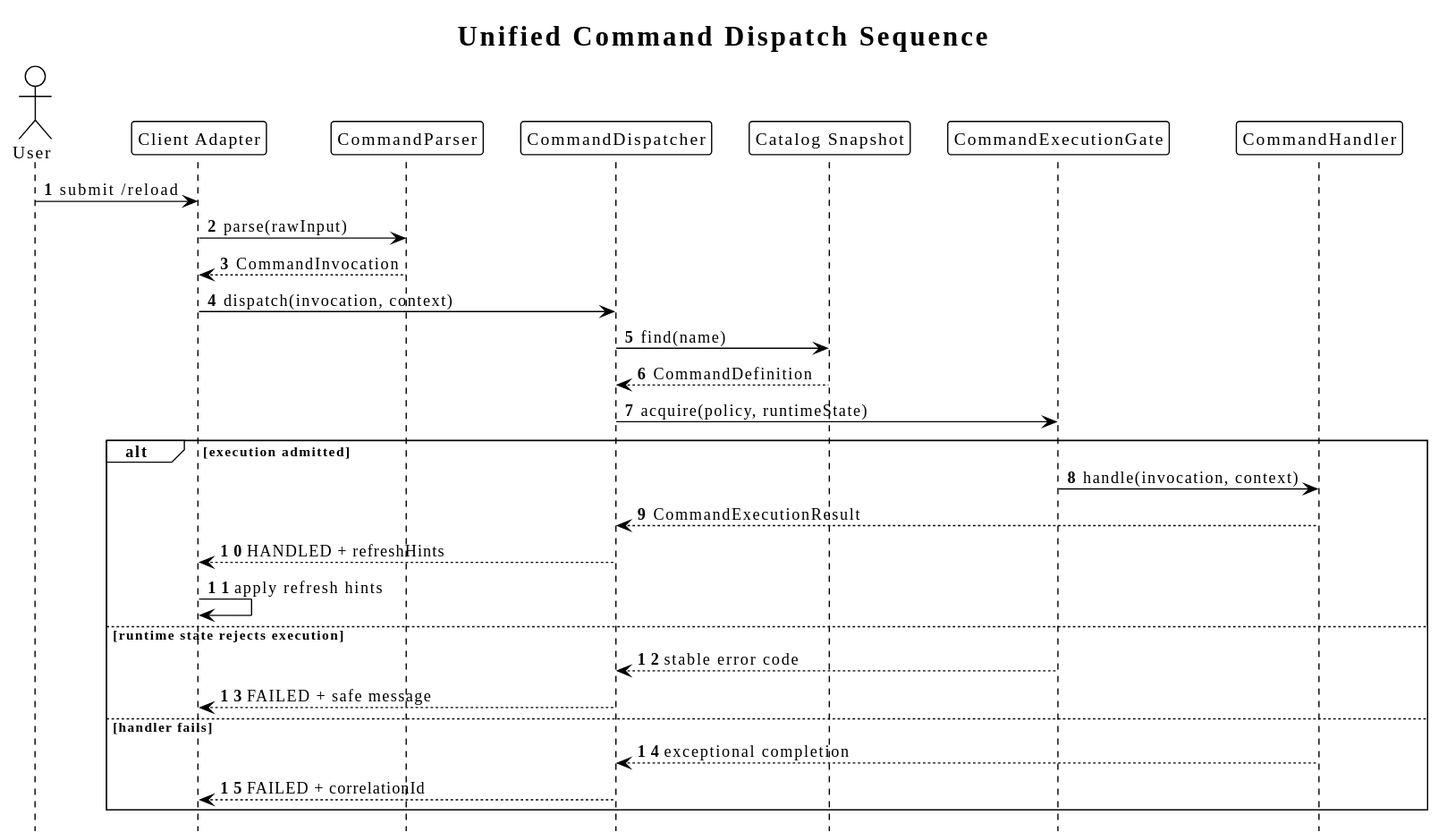
The PlantUML diagram diagrams/command/07-dispatch-sequence.svg in superheromeZzh/pi-mono-java-design, before a commit. Source of this version:
```plantuml
@startuml
!theme plain
!pragma layout smetana
skinparam defaultFontName "SansSerif"
skinparam shadowing false
skinparam backgroundColor transparent
hide footbox
autonumber
title Unified Command Dispatch Sequence

actor User
participant "Client Adapter" as Client
participant CommandParser as Parser
participant CommandDispatcher as Dispatcher
participant "Catalog Snapshot" as Catalog
participant CommandExecutionGate as Gate
participant CommandHandler as Handler

User -> Client : submit /reload
Client -> Parser : parse(rawInput)
Parser --> Client : CommandInvocation
Client -> Dispatcher : dispatch(invocation, context)
Dispatcher -> Catalog : find(name)
Catalog --> Dispatcher : CommandDefinition
Dispatcher -> Gate : acquire(policy, runtimeState)
alt execution admitted
  Gate -> Handler : handle(invocation, context)
  Handler --> Dispatcher : CommandExecutionResult
  Dispatcher --> Client : HANDLED + refreshHints
  Client -> Client : apply refresh hints
else runtime state rejects execution
  Gate --> Dispatcher : stable error code
  Dispatcher --> Client : FAILED + safe message
else handler fails
  Handler --> Dispatcher : exceptional completion
  Dispatcher --> Client : FAILED + correlationId
end
@enduml
```
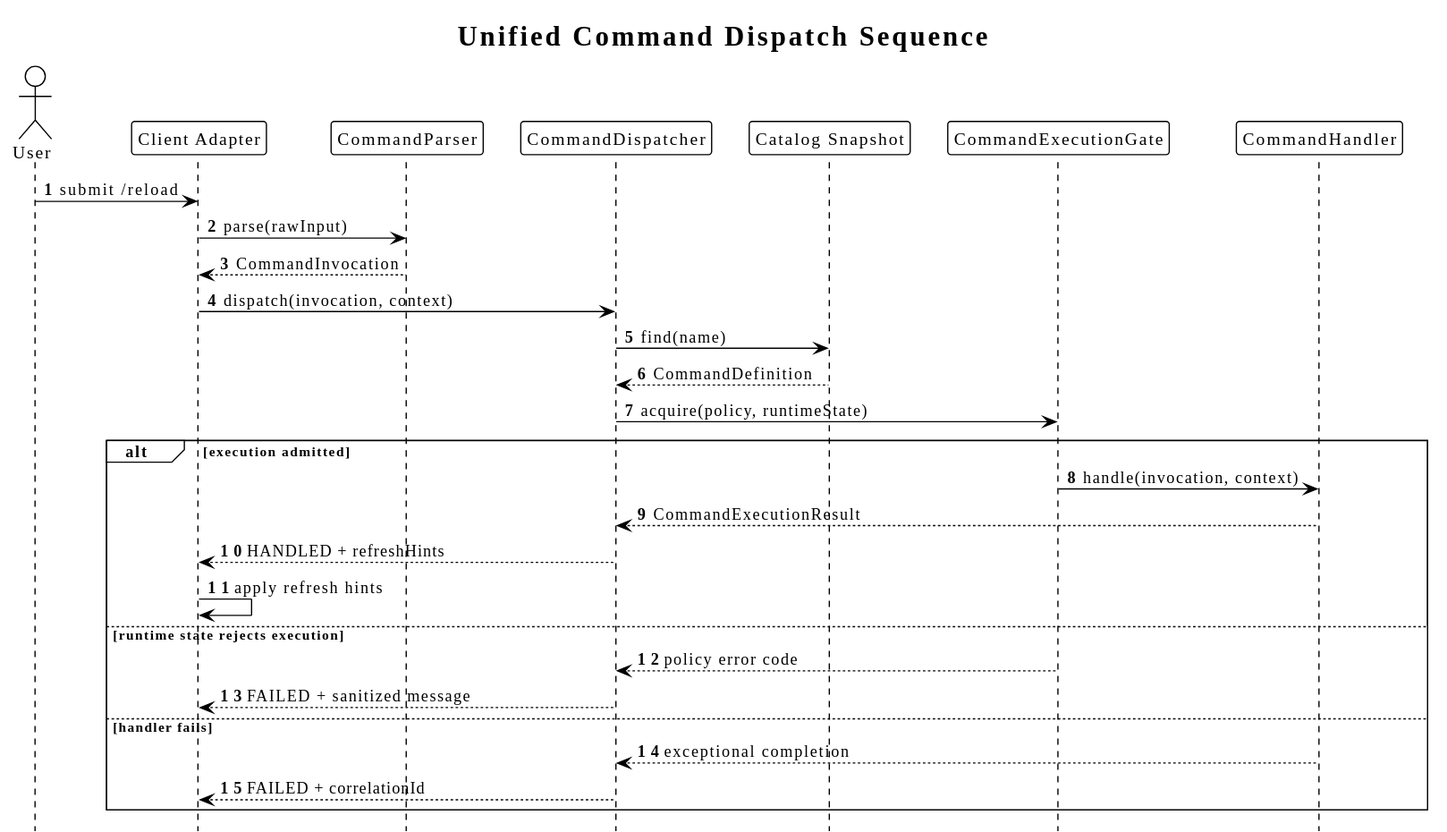
The same diagram one commit later.

Diff of the diagram source:
```diff
@@ -29,8 +29,8 @@
   Dispatcher --> Client : HANDLED + refreshHints
   Client -> Client : apply refresh hints
 else runtime state rejects execution
-  Gate --> Dispatcher : stable error code
-  Dispatcher --> Client : FAILED + safe message
+  Gate --> Dispatcher : policy error code
+  Dispatcher --> Client : FAILED + sanitized message
 else handler fails
   Handler --> Dispatcher : exceptional completion
   Dispatcher --> Client : FAILED + correlationId
```
